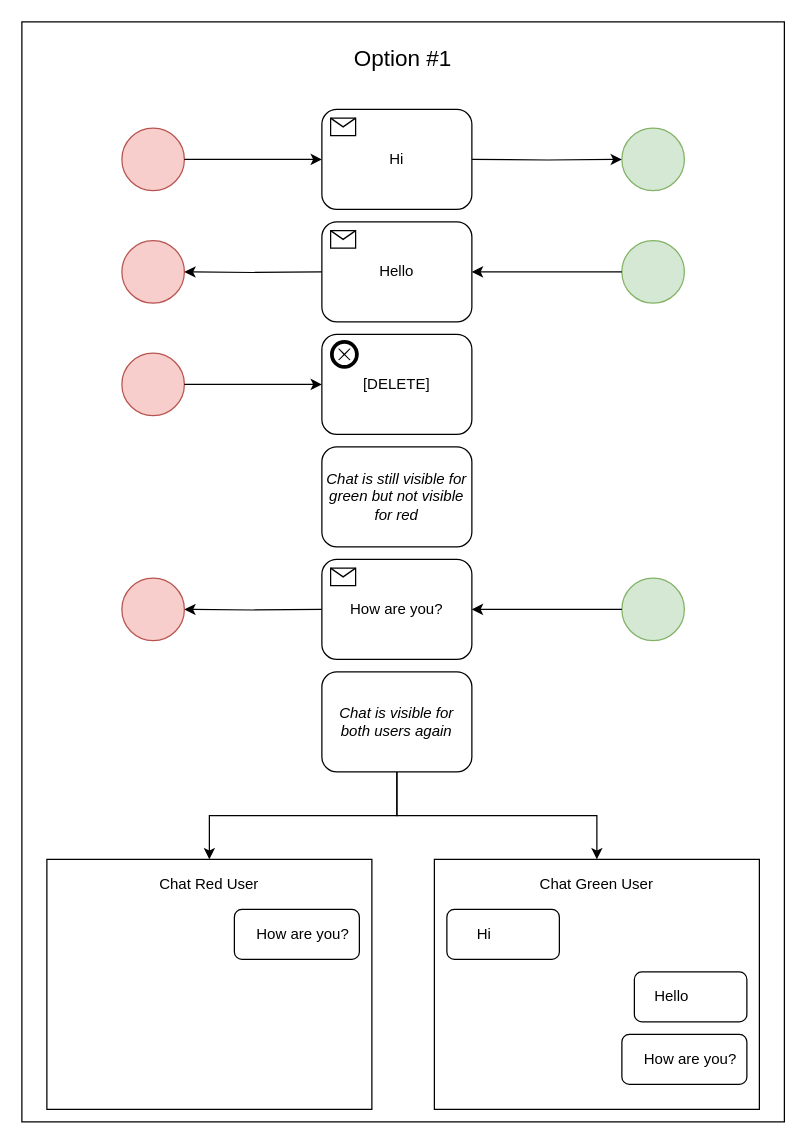
Earlier version of the draw.io diagram page "Option#1" (1 of 3) of delete.drawio (Brudus/Diagrams). Source tidied: cells renumbered, new cells numbered last; positions are measured from the earlier drawing's top-left corner, leaving out a move shared by most shapes. Both pictures are drawn from the tidied source at 125%, with x=0, y=0 at pixel (21, 21).
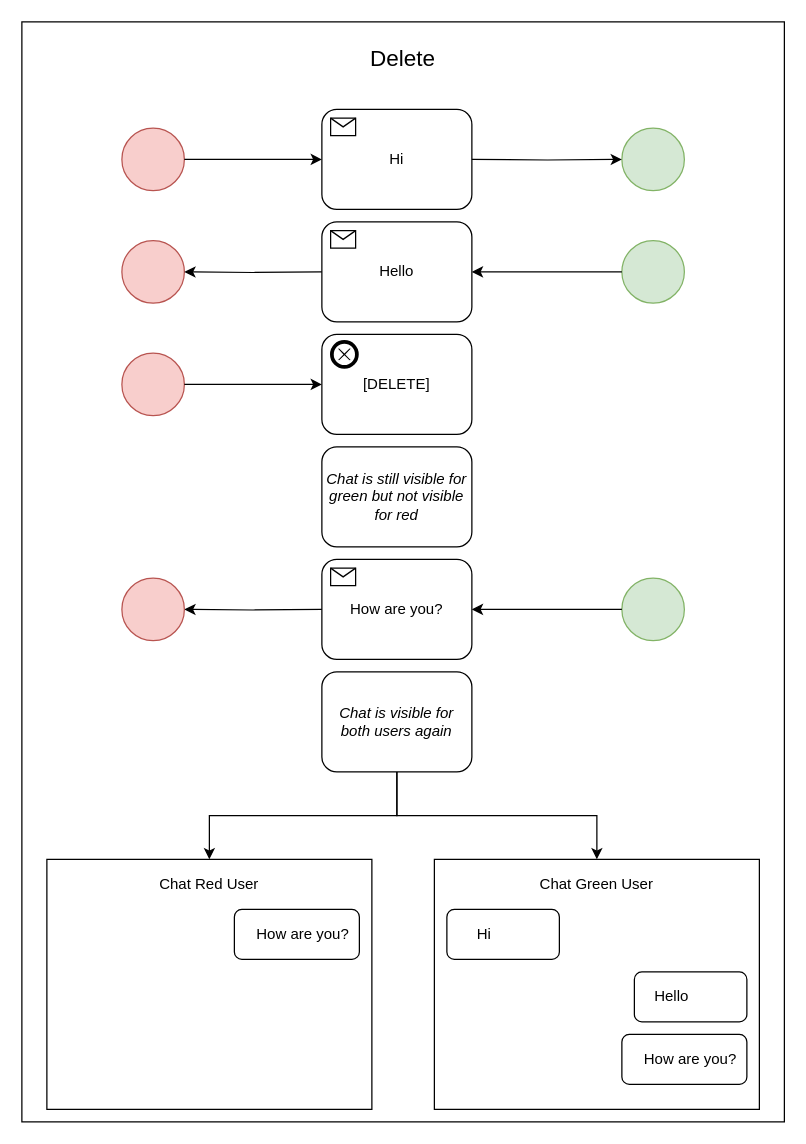
Above is the later version.

Diff of the diagram source:
```diff
@@
-    <mxCell id="28" value="&lt;font style=&quot;font-size: 18px&quot;&gt;Option #1&lt;/font&gt;" style="text;html=1;strokeColor=none;fillColor=none;align=center;verticalAlign=middle;whiteSpace=wrap;rounded=0;" parent="1" vertex="1">
+    <mxCell id="28" value="&lt;font style=&quot;font-size: 18px&quot;&gt;Delete&lt;/font&gt;" style="text;html=1;strokeColor=none;fillColor=none;align=center;verticalAlign=middle;whiteSpace=wrap;rounded=0;" parent="1" vertex="1">
       <mxGeometry x="20" y="20" width="570" height="20" as="geometry" />
     </mxCell>
```
